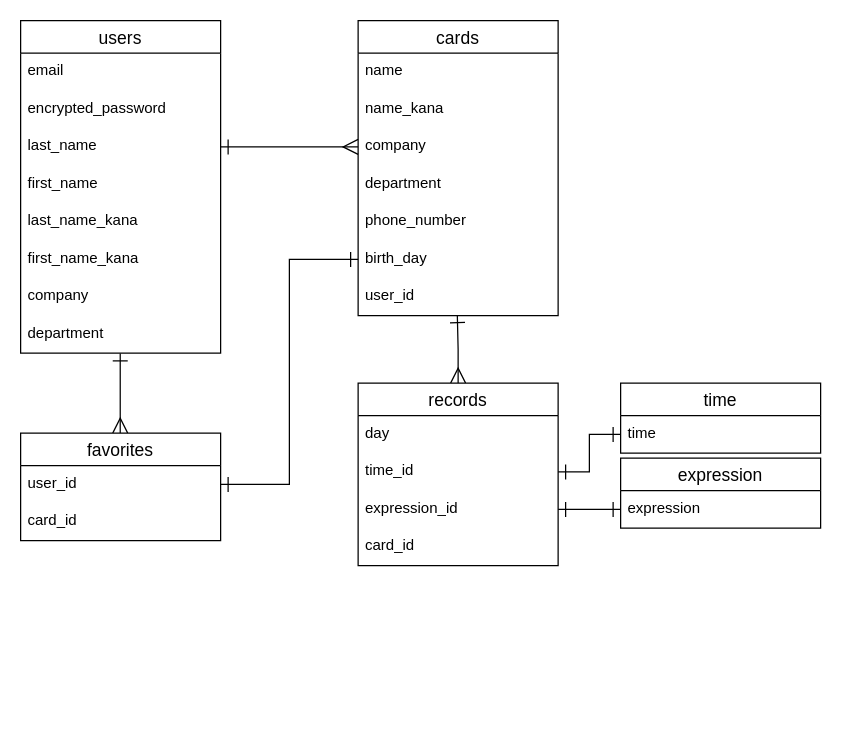
This is alert.dio from yuyakawai0411/s-alert, a draw.io file, before an edit. Source tidied: cells renumbered, new cells numbered last; positions are measured from the earlier drawing's top-left corner, leaving out a move shared by most shapes. Both pictures are drawn from the tidied source at 125%, with x=0, y=0 at pixel (20, 20).
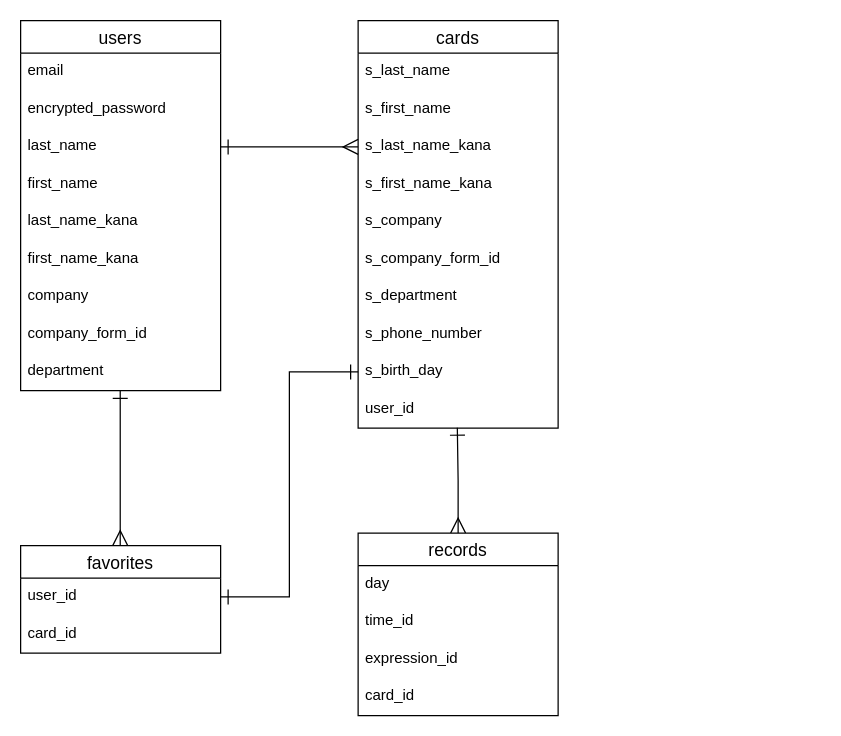
The same page after the edit.

The change refers to these unchanged cells:
```xml
<mxCell id="5" value="last_name" style="text;strokeColor=none;fillColor=none;spacingLeft=4;spacingRight=4;overflow=hidden;points=[[0,0.5],[1,0.5]];portConstraint=eastwest;fontSize=12;" parent="2" vertex="1">
  <mxGeometry y="86" width="160" height="30" as="geometry" />
</mxCell>
<mxCell id="28" value="time_id" style="text;strokeColor=none;fillColor=none;spacingLeft=4;spacingRight=4;overflow=hidden;points=[[0,0.5],[1,0.5]];portConstraint=eastwest;fontSize=12;" parent="26" vertex="1">
  <mxGeometry y="56" width="160" height="30" as="geometry" />
</mxCell>
<mxCell id="29" value="expression_id" style="text;strokeColor=none;fillColor=none;spacingLeft=4;spacingRight=4;overflow=hidden;points=[[0,0.5],[1,0.5]];portConstraint=eastwest;fontSize=12;" parent="26" vertex="1">
  <mxGeometry y="86" width="160" height="30" as="geometry" />
</mxCell>
```

Change to the diagram source:
```diff
@@
     <mxCell id="2" value="users" style="swimlane;fontStyle=0;horizontal=1;startSize=26;align=center;fontSize=14;" parent="1" vertex="1">
-      <mxGeometry width="160" height="266" as="geometry" />
+      <mxGeometry width="160" height="296" as="geometry" />
     </mxCell>
@@
+    <mxCell id="37" value="company" style="text;strokeColor=none;fillColor=none;spacingLeft=4;spacingRight=4;overflow=hidden;fontSize=12;" parent="2" vertex="1">
+      <mxGeometry y="206" width="160" height="30" as="geometry" />
+    </mxCell>
-    <mxCell id="9" value="company" style="text;strokeColor=none;fillColor=none;spacingLeft=4;spacingRight=4;overflow=hidden;fontSize=12;" parent="2" vertex="1">
-      <mxGeometry y="206" width="160" height="30" as="geometry" />
+    <mxCell id="9" value="company_form_id" style="text;strokeColor=none;fillColor=none;spacingLeft=4;spacingRight=4;overflow=hidden;fontSize=12;" parent="2" vertex="1">
+      <mxGeometry y="236" width="160" height="30" as="geometry" />
     </mxCell>
     <mxCell id="10" value="department" style="text;strokeColor=none;fillColor=none;spacingLeft=4;spacingRight=4;overflow=hidden;points=[[0,0.5],[1,0.5]];portConstraint=eastwest;fontSize=12;" parent="2" vertex="1">
-      <mxGeometry y="236" width="160" height="30" as="geometry" />
+      <mxGeometry y="266" width="160" height="30" as="geometry" />
     </mxCell>
     <mxCell id="11" value="cards" style="swimlane;fontStyle=0;horizontal=1;startSize=26;align=center;fontSize=14;" parent="1" vertex="1">
-      <mxGeometry x="270" width="160" height="236" as="geometry" />
+      <mxGeometry x="270" width="160" height="326" as="geometry" />
     </mxCell>
-    <mxCell id="12" value="name" style="text;strokeColor=none;fillColor=none;spacingLeft=4;spacingRight=4;overflow=hidden;fontSize=12;" parent="11" vertex="1">
+    <mxCell id="12" value="s_last_name" style="text;strokeColor=none;fillColor=none;spacingLeft=4;spacingRight=4;overflow=hidden;fontSize=12;" parent="11" vertex="1">
       <mxGeometry y="26" width="160" height="30" as="geometry" />
     </mxCell>
-    <mxCell id="13" value="name_kana" style="text;strokeColor=none;fillColor=none;spacingLeft=4;spacingRight=4;overflow=hidden;fontSize=12;" parent="11" vertex="1">
+    <mxCell id="13" value="s_first_name" style="text;strokeColor=none;fillColor=none;spacingLeft=4;spacingRight=4;overflow=hidden;fontSize=12;" parent="11" vertex="1">
       <mxGeometry y="56" width="160" height="30" as="geometry" />
     </mxCell>
+    <mxCell id="38" value="s_last_name_kana" style="text;strokeColor=none;fillColor=none;spacingLeft=4;spacingRight=4;overflow=hidden;points=[[0,0.5],[1,0.5]];portConstraint=eastwest;fontSize=12;" parent="11" vertex="1">
+      <mxGeometry y="86" width="160" height="30" as="geometry" />
+    </mxCell>
+    <mxCell id="39" value="s_first_name_kana" style="text;strokeColor=none;fillColor=none;spacingLeft=4;spacingRight=4;overflow=hidden;fontSize=12;" parent="11" vertex="1">
+      <mxGeometry y="116" width="160" height="30" as="geometry" />
+    </mxCell>
-    <mxCell id="14" value="company" style="text;strokeColor=none;fillColor=none;spacingLeft=4;spacingRight=4;overflow=hidden;points=[[0,0.5],[1,0.5]];portConstraint=eastwest;fontSize=12;" parent="11" vertex="1">
-      <mxGeometry y="86" width="160" height="30" as="geometry" />
+    <mxCell id="14" value="s_company" style="text;strokeColor=none;fillColor=none;spacingLeft=4;spacingRight=4;overflow=hidden;points=[[0,0.5],[1,0.5]];portConstraint=eastwest;fontSize=12;" parent="11" vertex="1">
+      <mxGeometry y="146" width="160" height="30" as="geometry" />
     </mxCell>
+    <mxCell id="40" value="s_company_form_id" style="text;strokeColor=none;fillColor=none;spacingLeft=4;spacingRight=4;overflow=hidden;fontSize=12;" parent="11" vertex="1">
+      <mxGeometry y="176" width="160" height="30" as="geometry" />
+    </mxCell>
-    <mxCell id="15" value="department" style="text;strokeColor=none;fillColor=none;spacingLeft=4;spacingRight=4;overflow=hidden;fontSize=12;" parent="11" vertex="1">
-      <mxGeometry y="116" width="160" height="30" as="geometry" />
+    <mxCell id="15" value="s_department" style="text;strokeColor=none;fillColor=none;spacingLeft=4;spacingRight=4;overflow=hidden;fontSize=12;" parent="11" vertex="1">
+      <mxGeometry y="206" width="160" height="30" as="geometry" />
     </mxCell>
-    <mxCell id="16" value="phone_number" style="text;strokeColor=none;fillColor=none;spacingLeft=4;spacingRight=4;overflow=hidden;fontSize=12;" parent="11" vertex="1">
-      <mxGeometry y="146" width="160" height="30" as="geometry" />
+    <mxCell id="16" value="s_phone_number" style="text;strokeColor=none;fillColor=none;spacingLeft=4;spacingRight=4;overflow=hidden;fontSize=12;" parent="11" vertex="1">
+      <mxGeometry y="236" width="160" height="30" as="geometry" />
     </mxCell>
-    <mxCell id="17" value="birth_day" style="text;strokeColor=none;fillColor=none;spacingLeft=4;spacingRight=4;overflow=hidden;points=[[0,0.5],[1,0.5]];portConstraint=eastwest;fontSize=12;" parent="11" vertex="1">
-      <mxGeometry y="176" width="160" height="30" as="geometry" />
+    <mxCell id="17" value="s_birth_day" style="text;strokeColor=none;fillColor=none;spacingLeft=4;spacingRight=4;overflow=hidden;points=[[0,0.5],[1,0.5]];portConstraint=eastwest;fontSize=12;" parent="11" vertex="1">
+      <mxGeometry y="266" width="160" height="30" as="geometry" />
     </mxCell>
     <mxCell id="18" value="user_id" style="text;strokeColor=none;fillColor=none;spacingLeft=4;spacingRight=4;overflow=hidden;points=[[0,0.5],[1,0.5]];portConstraint=eastwest;fontSize=12;" parent="11" vertex="1">
-      <mxGeometry y="206" width="160" height="30" as="geometry" />
+      <mxGeometry y="296" width="160" height="30" as="geometry" />
     </mxCell>
@@
     <mxCell id="20" value="favorites" style="swimlane;fontStyle=0;horizontal=1;startSize=26;align=center;fontSize=14;" parent="1" vertex="1">
-      <mxGeometry y="330" width="160" height="86" as="geometry" />
+      <mxGeometry y="420" width="160" height="86" as="geometry" />
     </mxCell>
@@
-    <mxCell id="23" style="edgeStyle=orthogonalEdgeStyle;rounded=0;jettySize=auto;html=1;entryX=0;entryY=0.5;entryDx=0;entryDy=0;startArrow=ERone;startFill=0;endArrow=ERmany;endFill=0;strokeWidth=1;startSize=10;endSize=10;" parent="1" edge="1" source="5" target="14">
+    <mxCell id="23" style="edgeStyle=orthogonalEdgeStyle;rounded=0;jettySize=auto;html=1;entryX=0;entryY=0.5;entryDx=0;entryDy=0;startArrow=ERone;startFill=0;endArrow=ERmany;endFill=0;strokeWidth=1;startSize=10;endSize=10;" parent="1" edge="1" source="5" target="38">
       <mxGeometry relative="1" as="geometry" />
     </mxCell>
@@
     <mxCell id="26" value="records" style="swimlane;fontStyle=0;horizontal=1;startSize=26;align=center;fontSize=14;" parent="1" vertex="1">
-      <mxGeometry x="270" y="290" width="160" height="146" as="geometry" />
+      <mxGeometry x="270" y="410" width="160" height="146" as="geometry" />
     </mxCell>
@@
-    <mxCell id="31" value="expression" style="swimlane;fontStyle=0;horizontal=1;startSize=26;align=center;fontSize=14;" parent="1" vertex="1">
-      <mxGeometry x="480" y="350" width="160" height="56" as="geometry" />
-    </mxCell>
-    <mxCell id="32" value="expression" style="text;strokeColor=none;fillColor=none;spacingLeft=4;spacingRight=4;overflow=hidden;points=[[0,0.5],[1,0.5]];portConstraint=eastwest;fontSize=12;" parent="31" vertex="1">
-      <mxGeometry y="26" width="160" height="30" as="geometry" />
-    </mxCell>
-    <mxCell id="33" style="edgeStyle=orthogonalEdgeStyle;rounded=0;jettySize=auto;html=1;exitX=1;exitY=0.5;exitDx=0;exitDy=0;entryX=0;entryY=0.5;entryDx=0;entryDy=0;startArrow=ERone;startFill=0;startSize=10;endArrow=ERone;endFill=0;endSize=10;strokeWidth=1;" parent="1" edge="1" source="29" target="32">
-      <mxGeometry relative="1" as="geometry" />
-    </mxCell>
-    <mxCell id="34" value="time" style="swimlane;fontStyle=0;horizontal=1;startSize=26;align=center;fontSize=14;" parent="1" vertex="1">
-      <mxGeometry x="480" y="290" width="160" height="56" as="geometry" />
-    </mxCell>
-    <mxCell id="35" value="time" style="text;strokeColor=none;fillColor=none;spacingLeft=4;spacingRight=4;overflow=hidden;points=[[0,0.5],[1,0.5]];portConstraint=eastwest;fontSize=12;" parent="34" vertex="1">
-      <mxGeometry y="26" width="160" height="30" as="geometry" />
-    </mxCell>
-    <mxCell id="36" style="edgeStyle=orthogonalEdgeStyle;rounded=0;jettySize=auto;html=1;exitX=0;exitY=0.5;exitDx=0;exitDy=0;entryX=1;entryY=0.5;entryDx=0;entryDy=0;startArrow=ERone;startFill=0;startSize=10;endArrow=ERone;endFill=0;endSize=10;strokeWidth=1;" parent="1" edge="1" source="35" target="28">
-      <mxGeometry relative="1" as="geometry" />
-    </mxCell>
```
